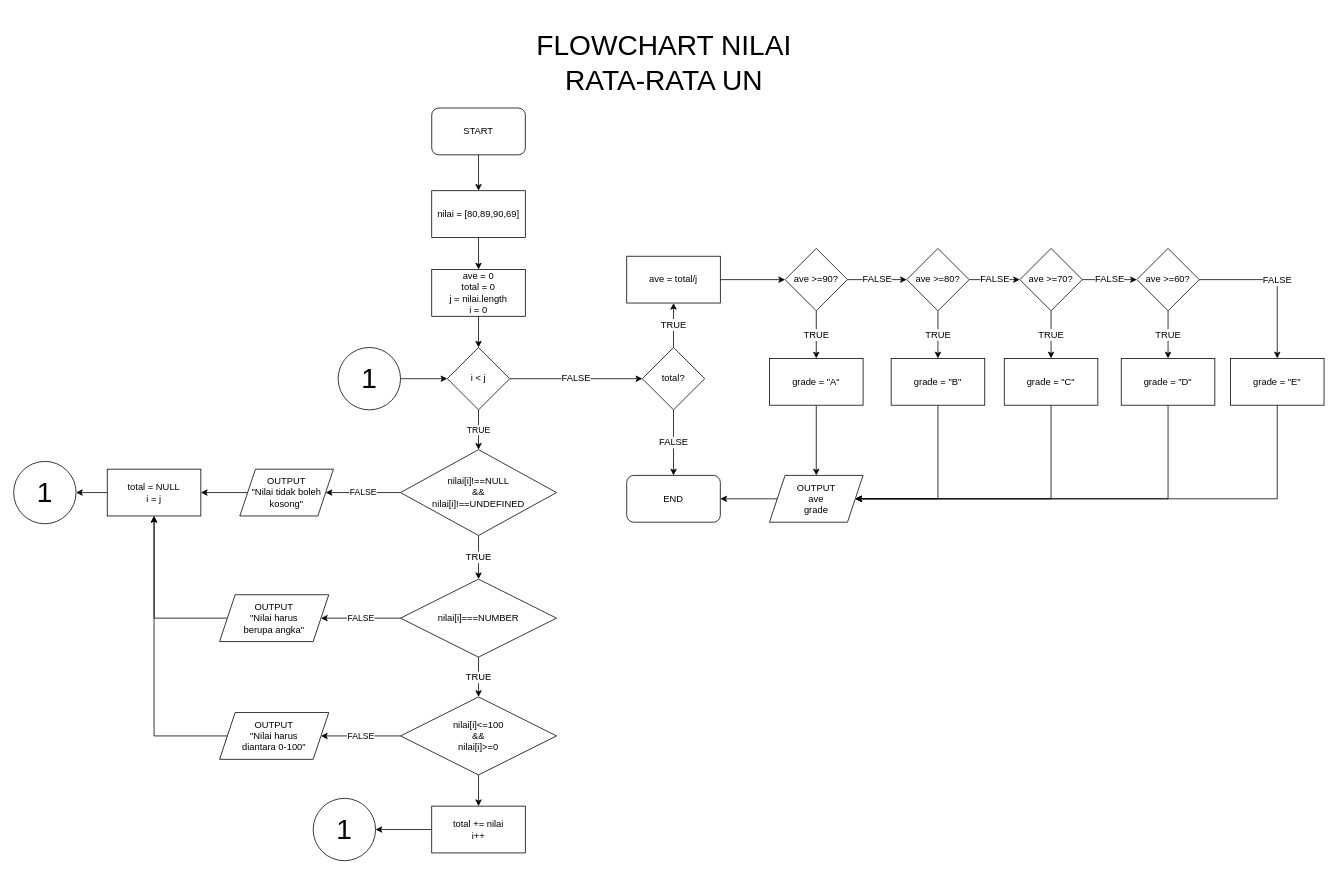
Earlier version of the draw.io diagram un.drawio (juumelisa/fw5-additional-flowchart). Source tidied: cells renumbered, new cells numbered last; positions are measured from the earlier drawing's top-left corner, leaving out a move shared by most shapes. Both pictures are drawn from the tidied source at 78%, with x=0, y=0 at pixel (13, 51).
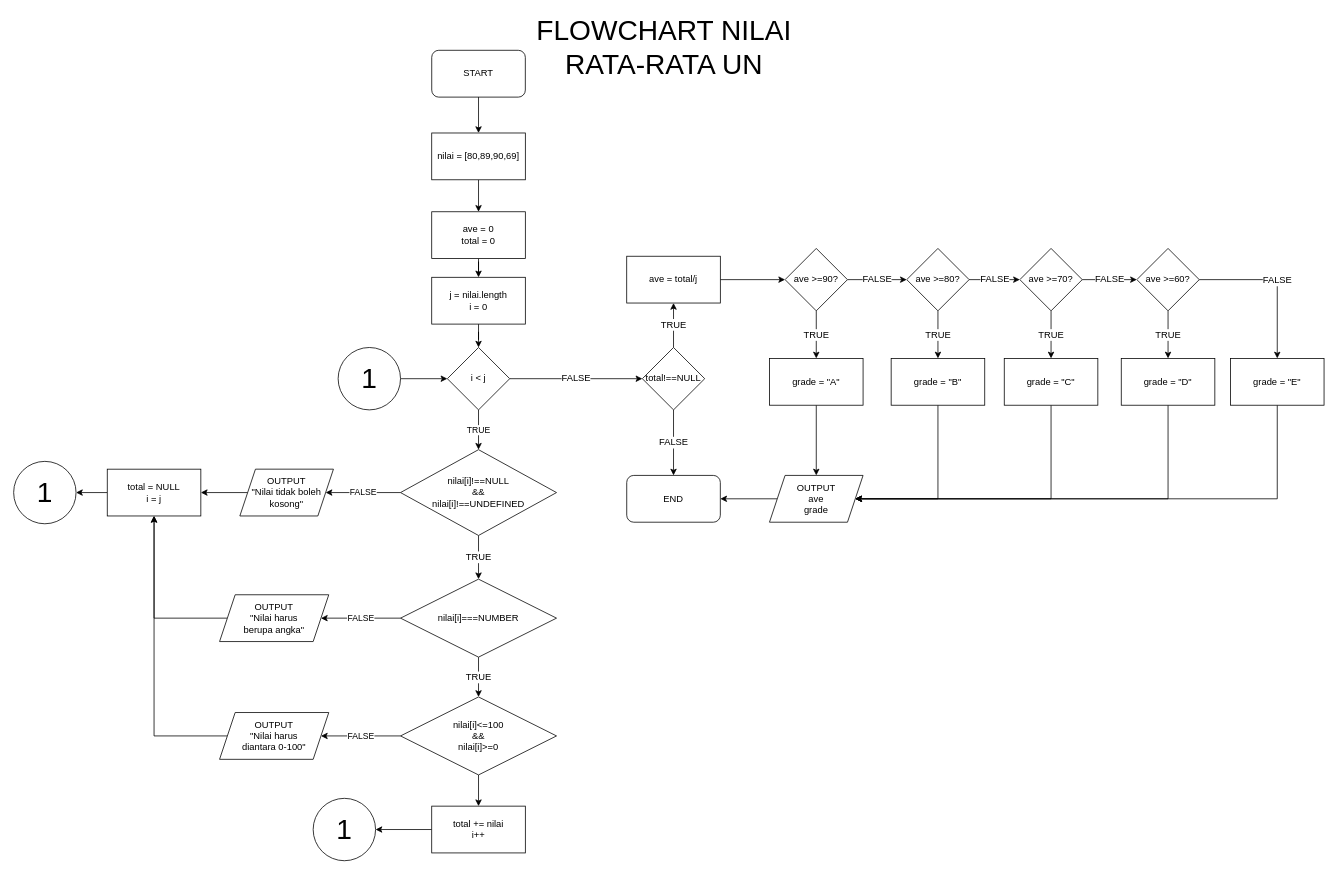
After the change.

Commit message:
Revisi flowchart

Unchanged cells that the change refers to:
```xml
<mxCell id="6" value="i &amp;lt; j" style="rhombus;whiteSpace=wrap;html=1;" parent="1" vertex="1">
  <mxGeometry x="556" y="380" width="80" height="80" as="geometry" />
</mxCell>
```

Diff of the diagram source:
```diff
@@
     <mxCell id="3" value="START" style="rounded=1;whiteSpace=wrap;html=1;" parent="1" vertex="1">
-      <mxGeometry x="536" y="73" width="120" height="60" as="geometry" />
+      <mxGeometry x="536" y="-1" width="120" height="60" as="geometry" />
     </mxCell>
@@
-    <mxCell id="7" style="edgeStyle=orthogonalEdgeStyle;rounded=0;jettySize=auto;html=1;" parent="1" edge="1" source="8" target="6">
-      <mxGeometry relative="1" as="geometry" />
-    </mxCell>
+    <mxCell id="65" style="edgeStyle=orthogonalEdgeStyle;rounded=0;jettySize=auto;html=1;" parent="1" edge="1" source="8" target="67">
+      <mxGeometry relative="1" as="geometry" />
+    </mxCell>
-    <mxCell id="8" value="ave = 0&lt;br&gt;total = 0&lt;br&gt;j = nilai.length&lt;br&gt;i = 0" style="rounded=0;whiteSpace=wrap;html=1;" parent="1" vertex="1">
-      <mxGeometry x="536" y="280" width="120" height="60" as="geometry" />
+    <mxCell id="8" value="ave = 0&lt;br&gt;total = 0" style="rounded=0;whiteSpace=wrap;html=1;" parent="1" vertex="1">
+      <mxGeometry x="536" y="206" width="120" height="60" as="geometry" />
     </mxCell>
@@
-    <mxCell id="37" value="total?" style="rhombus;whiteSpace=wrap;html=1;fontSize=12;" parent="1" vertex="1">
+    <mxCell id="37" value="total!==NULL" style="rhombus;whiteSpace=wrap;html=1;fontSize=12;" parent="1" vertex="1">
       <mxGeometry x="806" y="380" width="80" height="80" as="geometry" />
     </mxCell>
@@
     <mxCell id="57" value="&lt;font style=&quot;font-size: 36px&quot;&gt;FLOWCHART NILAI RATA-RATA UN&lt;/font&gt;" style="text;html=1;strokeColor=none;fillColor=none;align=center;verticalAlign=middle;whiteSpace=wrap;rounded=0;fontSize=12;" parent="1" vertex="1">
-      <mxGeometry x="639" width="390" height="30" as="geometry" />
+      <mxGeometry x="639" y="-20" width="390" height="30" as="geometry" />
     </mxCell>
@@
     <mxCell id="64" value="nilai = [80,89,90,69]" style="rounded=0;whiteSpace=wrap;html=1;" parent="1" vertex="1">
-      <mxGeometry x="536" y="179" width="120" height="60" as="geometry" />
+      <mxGeometry x="536" y="105" width="120" height="60" as="geometry" />
     </mxCell>
+    <mxCell id="66" style="edgeStyle=orthogonalEdgeStyle;rounded=0;jettySize=auto;html=1;" parent="1" edge="1" source="67" target="6">
+      <mxGeometry relative="1" as="geometry" />
+    </mxCell>
+    <mxCell id="67" value="&lt;span&gt;j = nilai.length&lt;/span&gt;&lt;br&gt;&lt;span&gt;i = 0&lt;/span&gt;" style="rounded=0;whiteSpace=wrap;html=1;" parent="1" vertex="1">
+      <mxGeometry x="536" y="290" width="120" height="60" as="geometry" />
+    </mxCell>
```
